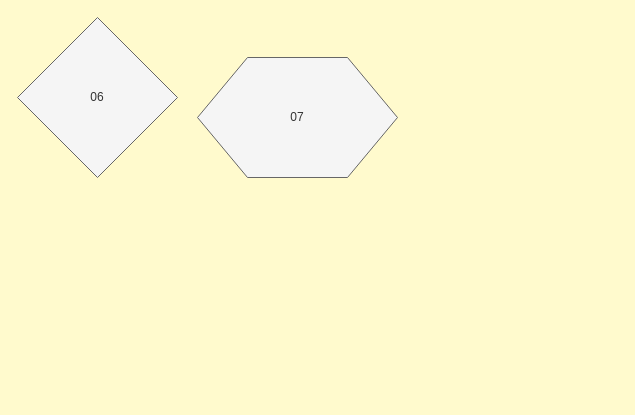
Earlier version of the draw.io diagram spec/.samples/drawio/sample.drawio (klueless-io/drawio_dsl). Source tidied: cells renumbered, new cells numbered last; positions are measured from the earlier drawing's top-left corner, leaving out a move shared by most shapes. Both pictures are drawn from the tidied source at 100%, with x=0, y=0 at pixel (17, 17).
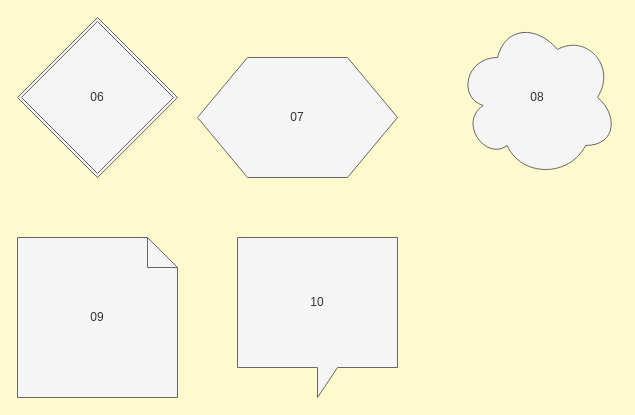
Above is the later version.

Diff of the diagram source:
```diff
@@
 <mxGraphModel background="#FFFACD">
   <root>
-    <mxCell id="0" />
-    <mxCell id="1" parent="0" />
+    <mxCell id="4" />
+    <mxCell id="5" parent="4" />
-    <mxCell id="2" value="06" style="rhombus;whiteSpace=wrap;html=1;fillColor=#f5f5f5;strokeColor=#666666;fontColor=#333333;" parent="1" vertex="1">
+    <mxCell id="2" value="06" style="double=1;rhombus;whiteSpace=wrap;html=1;fillColor=#f5f5f5;strokeColor=#666666;fontColor=#333333;" parent="5" vertex="1">
       <mxGeometry width="160" height="160" as="geometry" />
     </mxCell>
-    <mxCell id="3" value="07" style="shape=hexagon;whiteSpace=wrap;html=1;fillColor=#f5f5f5;strokeColor=#666666;fontColor=#333333;" parent="1" vertex="1">
+    <mxCell id="3" value="07" style="double=1;shape=hexagon;whiteSpace=wrap;html=1;fillColor=#f5f5f5;strokeColor=#666666;fontColor=#333333;" parent="5" vertex="1">
       <mxGeometry x="180" y="40" width="200" height="120" as="geometry" />
     </mxCell>
+    <mxCell id="6" value="08" style="double=1;shape=cloud;whiteSpace=wrap;html=1;fillColor=#f5f5f5;strokeColor=#666666;fontColor=#333333;" parent="5" vertex="1">
+      <mxGeometry x="440" width="160" height="160" as="geometry" />
+    </mxCell>
+    <mxCell id="7" value="09" style="double=1;shape=note;whiteSpace=wrap;html=1;fillColor=#f5f5f5;strokeColor=#666666;fontColor=#333333;" parent="5" vertex="1">
+      <mxGeometry y="220" width="160" height="160" as="geometry" />
+    </mxCell>
+    <mxCell id="8" value="10" style="double=1;shape=callout;whiteSpace=wrap;html=1;fillColor=#f5f5f5;strokeColor=#666666;fontColor=#333333;" parent="5" vertex="1">
+      <mxGeometry x="220" y="220" width="160" height="160" as="geometry" />
+    </mxCell>
   </root>
 </mxGraphModel>
```
